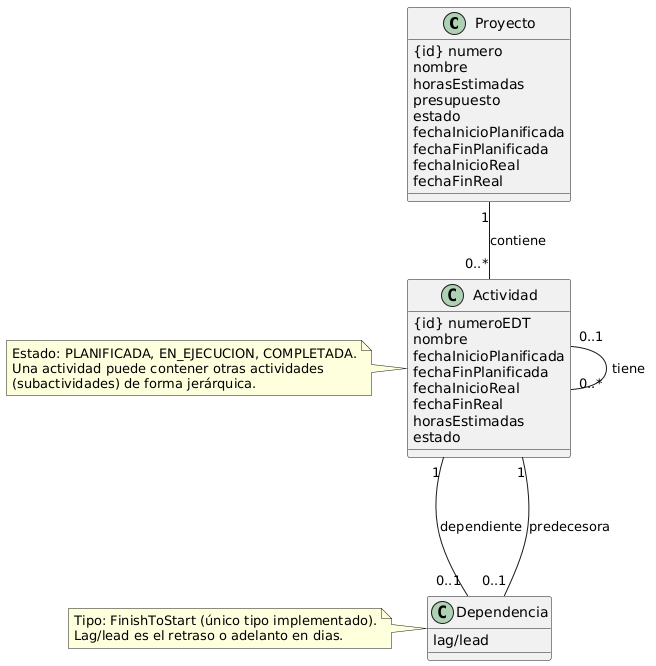
Valentino-Carmona/PMTool keeps this PlantUML diagram as docs/img/mdd.png. Above is the earlier version.
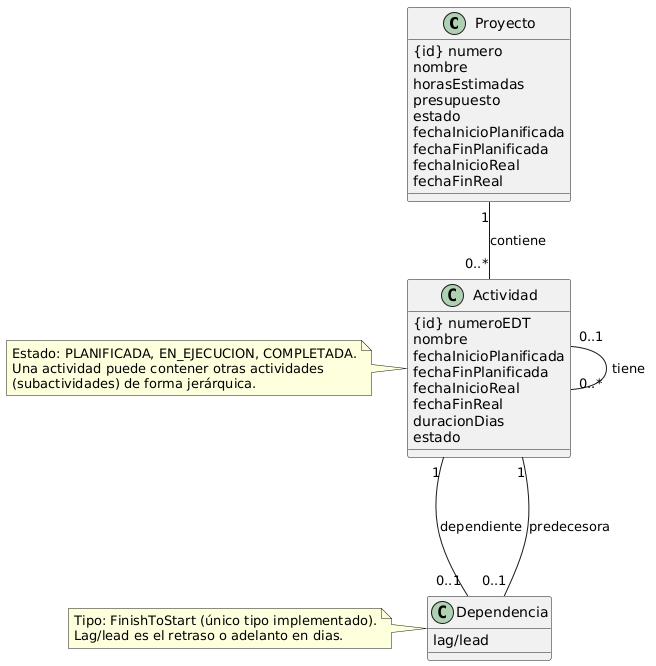
After the commit.

Commit message:
docs: MDD updated to reflect the duracionDias in activity

What changed in the source:
```diff
@@ -19,7 +19,7 @@
    fechaFinPlanificada
    fechaInicioReal
    fechaFinReal
-   horasEstimadas
+   duracionDias
    estado
 }
 
```
